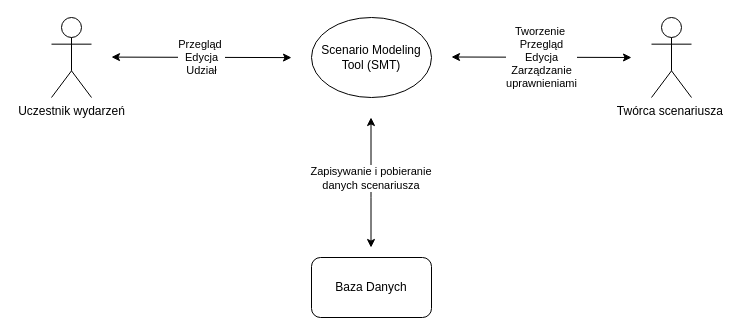
Earlier version of the draw.io diagram documentation/thesis/resources/local/diagram-kontekstu-edytowalne.drawio (sm-tool/sm-tool). Source tidied: cells renumbered, new cells numbered last; positions are measured from the earlier drawing's top-left corner, leaving out a move shared by most shapes. Both pictures are drawn from the tidied source at 100%, with x=0, y=0 at pixel (51, 17).
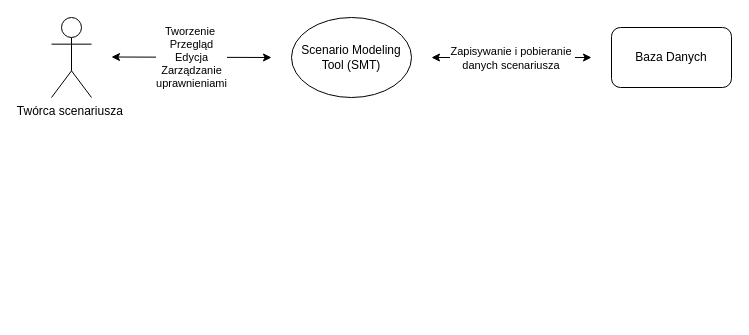
After the change.

The edit, as a diff of the source:
```diff
@@
 <mxGraphModel>
   <root>
     <mxCell id="0" />
     <mxCell id="1" parent="0" />
     <mxCell id="2" value="Scenario Modeling Tool (SMT)" style="ellipse;whiteSpace=wrap;html=1;" parent="1" vertex="1">
-      <mxGeometry x="260" width="120" height="80" as="geometry" />
+      <mxGeometry x="240" width="120" height="80" as="geometry" />
     </mxCell>
     <mxCell id="3" value="Baza Danych" style="rounded=1;whiteSpace=wrap;html=1;" parent="1" vertex="1">
-      <mxGeometry x="260" y="240" width="120" height="60" as="geometry" />
+      <mxGeometry x="560" y="10" width="120" height="60" as="geometry" />
     </mxCell>
     <mxCell id="4" style="endArrow=classic;startArrow=classic;html=1;rounded=0;" parent="1" edge="1">
       <mxGeometry relative="1" as="geometry">
-        <mxPoint x="319.5" y="230" as="sourcePoint" />
-        <mxPoint x="319.5" y="100" as="targetPoint" />
-        <Array as="points">
-          <mxPoint x="319.5" y="180" />
-        </Array>
+        <mxPoint x="380" y="40" as="sourcePoint" />
+        <mxPoint x="540" y="40" as="targetPoint" />
       </mxGeometry>
     </mxCell>
     <mxCell id="5" value="Zapisywanie i pobieranie&amp;nbsp;&lt;div&gt;danych scenariusza&amp;nbsp;&lt;/div&gt;" style="edgeLabel;html=1;align=center;verticalAlign=middle;" parent="4" vertex="1">
       <mxGeometry x="0.08" y="-4" relative="1" as="geometry">
-        <mxPoint x="-3" as="offset" />
+        <mxPoint x="-6" y="-4" as="offset" />
       </mxGeometry>
     </mxCell>
     <mxCell id="6" value="Twórca scenariusza&amp;nbsp;" style="shape=umlActor;verticalLabelPosition=bottom;verticalAlign=top;html=1;" parent="1" vertex="1">
-      <mxGeometry x="600" width="40" height="80" as="geometry" />
+      <mxGeometry width="40" height="80" as="geometry" />
     </mxCell>
-    <mxCell id="7" value="Uczestnik&amp;nbsp;&lt;span style=&quot;background-color: initial;&quot;&gt;wydarzeń&lt;/span&gt;" style="shape=umlActor;verticalLabelPosition=bottom;verticalAlign=top;html=1;" parent="1" vertex="1">
-      <mxGeometry width="40" height="80" as="geometry" />
-    </mxCell>
     <mxCell id="8" value="Tworzenie&amp;nbsp;&lt;div&gt;Przegląd&lt;/div&gt;&lt;div&gt;Edycja&lt;/div&gt;&lt;div&gt;Zarządzanie&lt;/div&gt;&lt;div&gt;uprawnieniami&lt;/div&gt;" style="endArrow=classic;startArrow=classic;html=1;rounded=0;" parent="1" edge="1">
       <mxGeometry relative="1" as="geometry">
-        <mxPoint x="400" y="39.5" as="sourcePoint" />
-        <mxPoint x="580" y="40" as="targetPoint" />
+        <mxPoint x="60" y="39.5" as="sourcePoint" />
+        <mxPoint x="220" y="40" as="targetPoint" />
       </mxGeometry>
     </mxCell>
-    <mxCell id="9" value="Przegląd&amp;nbsp;&lt;div&gt;Edycja&lt;/div&gt;&lt;div&gt;Udział&lt;/div&gt;" style="endArrow=classic;startArrow=classic;html=1;rounded=0;" parent="1" edge="1">
-      <mxGeometry relative="1" as="geometry">
-        <mxPoint x="60" y="39.6" as="sourcePoint" />
-        <mxPoint x="240" y="40.1" as="targetPoint" />
-      </mxGeometry>
-    </mxCell>
   </root>
 </mxGraphModel>
```
